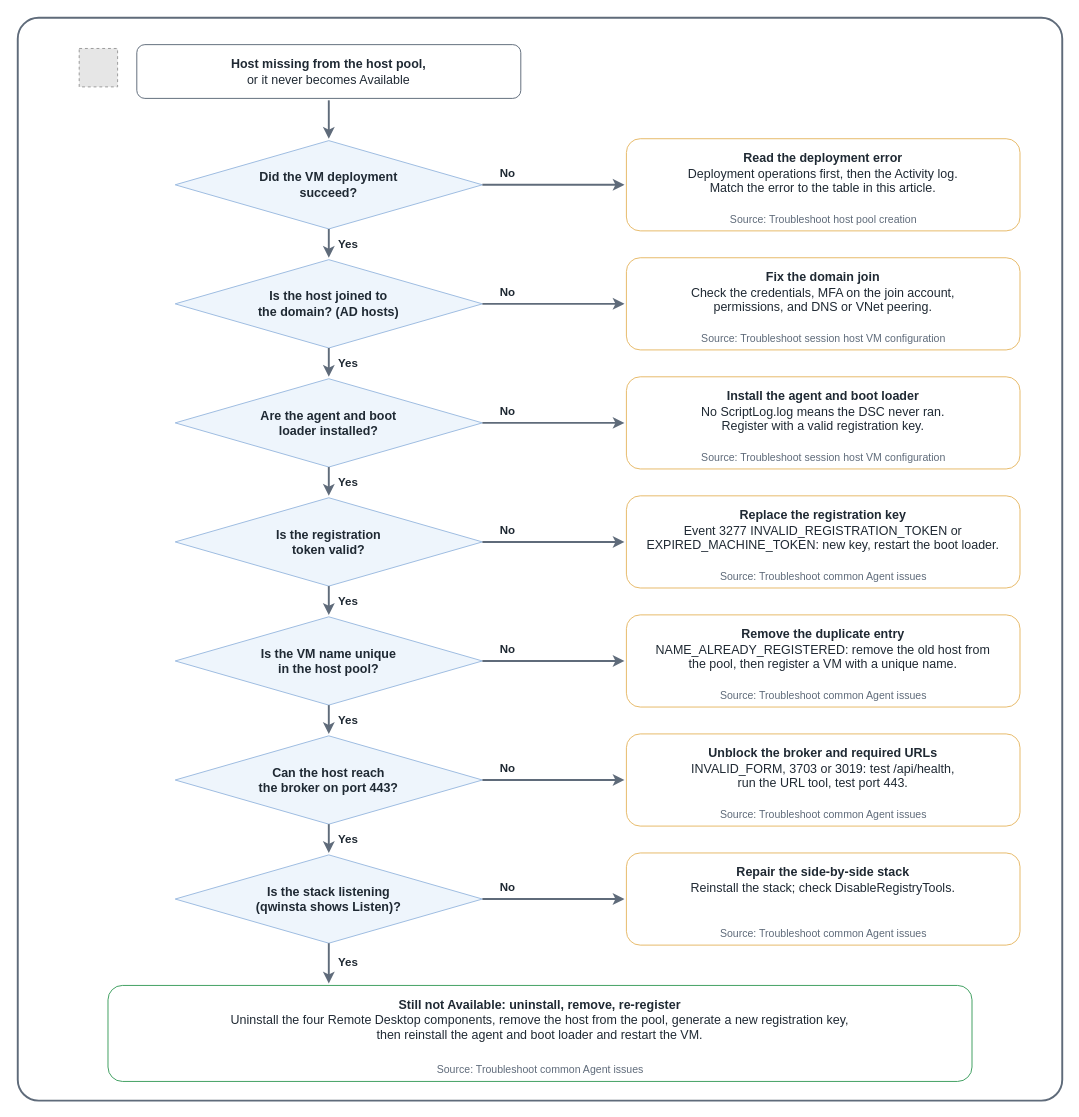
AddySidd27/cloud-ai-notes keeps this draw.io diagram as src/img/avd/troubleshoot-host-pool-registration-failures.drawio. Above is the earlier version. Source tidied: cells renumbered, new cells numbered last; positions are measured from the earlier drawing's top-left corner, leaving out a move shared by most shapes. Both pictures are drawn from the tidied source at 96%, with x=0, y=0 at pixel (17, 17). Pictures stored in the file or linked from it are replaced by grey dashed boxes.
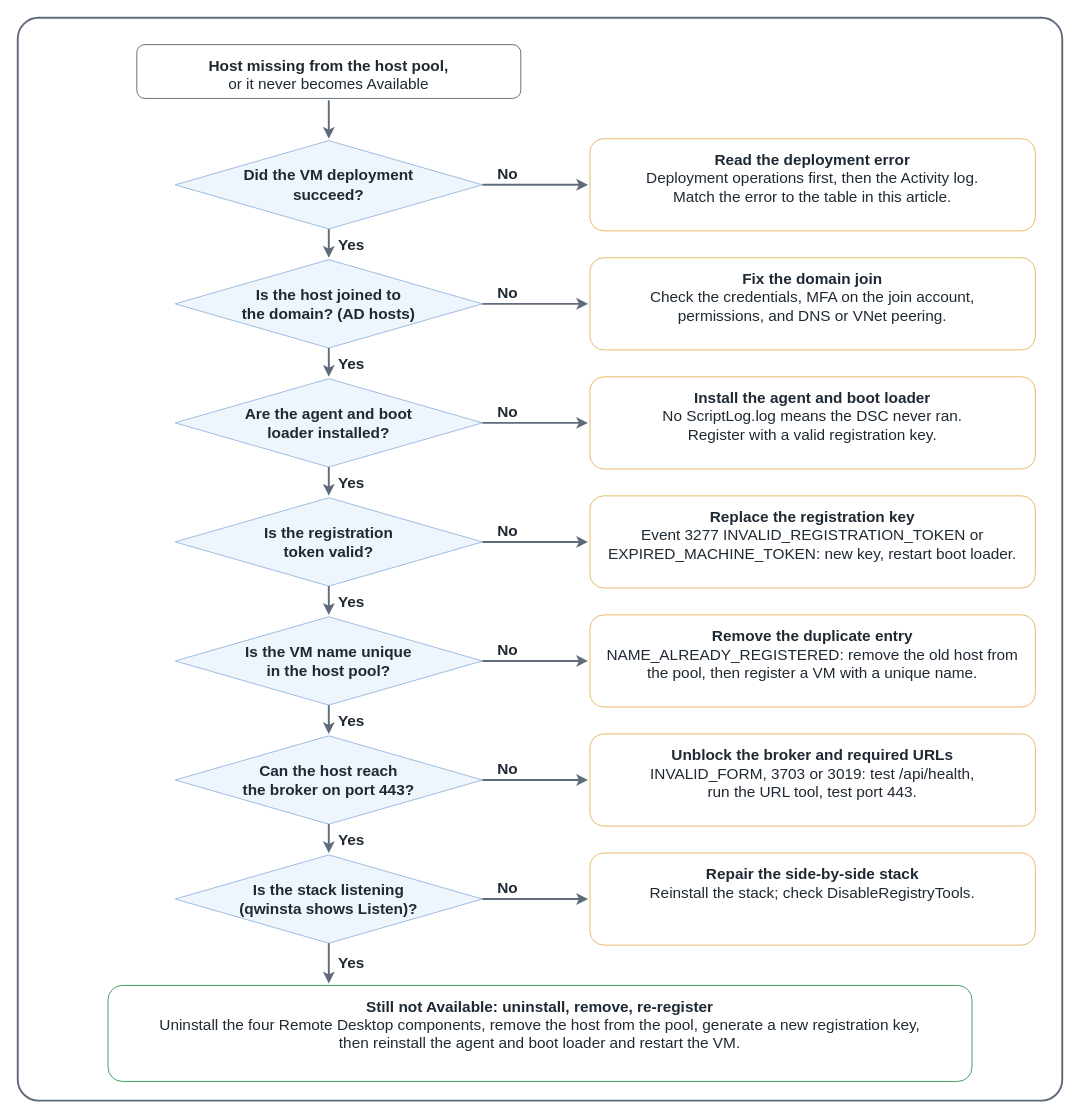
After the change.

The edit, as a diff of the source:
```diff
@@
     <mxCell id="3" style="fillColor=#E6E6E6;strokeColor=#999999;dashed=1;html=1;" parent="1" vertex="1">
-      <mxGeometry x="64" y="32" width="40" height="40" as="geometry" />
+      <mxGeometry x="136" y="36" width="40" height="40" as="geometry" />
     </mxCell>
-    <mxCell id="4" value="&lt;b&gt;Host missing from the host pool,&lt;/b&gt;&lt;br&gt;or it never becomes Available" style="rounded=1;whiteSpace=wrap;html=1;fillColor=#ffffff;strokeColor=#5f6b7a;fontSize=13;fontColor=#1f2933;verticalAlign=top;spacingTop=6;" parent="1" vertex="1">
+    <mxCell id="4" value="&lt;b&gt;Host missing from the host pool,&lt;/b&gt;&lt;br&gt;or it never becomes Available" style="rounded=1;whiteSpace=wrap;html=1;fillColor=#ffffff;strokeColor=#5f6b7a;fontSize=16;fontColor=#1f2933;verticalAlign=top;spacingTop=6;" parent="1" vertex="1">
       <mxGeometry x="124" y="28" width="400" height="56" as="geometry" />
     </mxCell>
@@
-    <mxCell id="6" value="&lt;b&gt;Did the VM deployment&lt;br&gt;succeed?&lt;/b&gt;" style="rhombus;whiteSpace=wrap;html=1;fillColor=#eef5fc;strokeColor=#9bbbe0;fontSize=13;fontColor=#1f2933;" parent="1" vertex="1">
+    <mxCell id="6" value="&lt;b&gt;Did the VM deployment&lt;br&gt;succeed?&lt;/b&gt;" style="rhombus;whiteSpace=wrap;html=1;fillColor=#eef5fc;strokeColor=#9bbbe0;fontSize=16;fontColor=#1f2933;" parent="1" vertex="1">
       <mxGeometry x="164" y="128" width="320" height="92" as="geometry" />
     </mxCell>
-    <mxCell id="7" value="&lt;b&gt;Read the deployment error&lt;/b&gt;&lt;br&gt;Deployment operations first, then the Activity log.&lt;br&gt;Match the error to the table in this article." style="rounded=1;whiteSpace=wrap;html=1;fillColor=#ffffff;strokeColor=#e6b866;fontSize=13;fontColor=#1f2933;verticalAlign=top;spacingTop=6;" parent="1" vertex="1">
-      <mxGeometry x="634" y="126" width="410" height="96" as="geometry" />
+    <mxCell id="7" value="&lt;b&gt;Read the deployment error&lt;/b&gt;&lt;br&gt;Deployment operations first, then the Activity log.&lt;br&gt;Match the error to the table in this article." style="rounded=1;whiteSpace=wrap;html=1;fillColor=#ffffff;strokeColor=#e6b866;fontSize=16;fontColor=#1f2933;verticalAlign=top;spacingTop=6;" parent="1" vertex="1">
+      <mxGeometry x="596" y="126" width="464" height="96" as="geometry" />
     </mxCell>
-    <mxCell id="8" value="Source: Troubleshoot host pool creation" style="text;html=1;align=center;verticalAlign=middle;fontSize=11;fontColor=#5f6b7a;" parent="1" vertex="1">
-      <mxGeometry x="634" y="198" width="410" height="24" as="geometry" />
-    </mxCell>
     <mxCell id="9" style="edgeStyle=none;html=1;endArrow=classic;strokeColor=#5f6b7a;strokeWidth=2;" parent="1" edge="1">
       <mxGeometry relative="1" as="geometry">
         <mxPoint x="484" y="174" as="sourcePoint" />
-        <mxPoint x="632" y="174" as="targetPoint" />
+        <mxPoint x="594" y="174" as="targetPoint" />
       </mxGeometry>
     </mxCell>
-    <mxCell id="10" value="&lt;b&gt;No&lt;/b&gt;" style="text;html=1;align=center;verticalAlign=middle;fontSize=12;fontColor=#1f2933;" parent="1" vertex="1">
+    <mxCell id="10" value="&lt;b&gt;No&lt;/b&gt;" style="text;html=1;align=center;verticalAlign=middle;fontSize=16;fontColor=#1f2933;" parent="1" vertex="1">
       <mxGeometry x="490" y="150" width="40" height="24" as="geometry" />
     </mxCell>
@@
-    <mxCell id="12" value="&lt;b&gt;Yes&lt;/b&gt;" style="text;html=1;align=left;verticalAlign=middle;fontSize=12;fontColor=#1f2933;" parent="1" vertex="1">
+    <mxCell id="12" value="&lt;b&gt;Yes&lt;/b&gt;" style="text;html=1;align=left;verticalAlign=middle;fontSize=16;fontColor=#1f2933;" parent="1" vertex="1">
       <mxGeometry x="332" y="224" width="40" height="24" as="geometry" />
     </mxCell>
-    <mxCell id="13" value="&lt;b&gt;Is the host joined to&lt;br&gt;the domain? (AD hosts)&lt;/b&gt;" style="rhombus;whiteSpace=wrap;html=1;fillColor=#eef5fc;strokeColor=#9bbbe0;fontSize=13;fontColor=#1f2933;" parent="1" vertex="1">
+    <mxCell id="13" value="&lt;b&gt;Is the host joined to&lt;br&gt;the domain? (AD hosts)&lt;/b&gt;" style="rhombus;whiteSpace=wrap;html=1;fillColor=#eef5fc;strokeColor=#9bbbe0;fontSize=16;fontColor=#1f2933;" parent="1" vertex="1">
       <mxGeometry x="164" y="252" width="320" height="92" as="geometry" />
     </mxCell>
-    <mxCell id="14" value="&lt;b&gt;Fix the domain join&lt;/b&gt;&lt;br&gt;Check the credentials, MFA on the join account,&lt;br&gt;permissions, and DNS or VNet peering." style="rounded=1;whiteSpace=wrap;html=1;fillColor=#ffffff;strokeColor=#e6b866;fontSize=13;fontColor=#1f2933;verticalAlign=top;spacingTop=6;" parent="1" vertex="1">
-      <mxGeometry x="634" y="250" width="410" height="96" as="geometry" />
+    <mxCell id="14" value="&lt;b&gt;Fix the domain join&lt;/b&gt;&lt;br&gt;Check the credentials, MFA on the join account,&lt;br&gt;permissions, and DNS or VNet peering." style="rounded=1;whiteSpace=wrap;html=1;fillColor=#ffffff;strokeColor=#e6b866;fontSize=16;fontColor=#1f2933;verticalAlign=top;spacingTop=6;" parent="1" vertex="1">
+      <mxGeometry x="596" y="250" width="464" height="96" as="geometry" />
     </mxCell>
-    <mxCell id="15" value="Source: Troubleshoot session host VM configuration" style="text;html=1;align=center;verticalAlign=middle;fontSize=11;fontColor=#5f6b7a;" parent="1" vertex="1">
-      <mxGeometry x="634" y="322" width="410" height="24" as="geometry" />
-    </mxCell>
     <mxCell id="16" style="edgeStyle=none;html=1;endArrow=classic;strokeColor=#5f6b7a;strokeWidth=2;" parent="1" edge="1">
       <mxGeometry relative="1" as="geometry">
         <mxPoint x="484" y="298" as="sourcePoint" />
-        <mxPoint x="632" y="298" as="targetPoint" />
+        <mxPoint x="594" y="298" as="targetPoint" />
       </mxGeometry>
     </mxCell>
-    <mxCell id="17" value="&lt;b&gt;No&lt;/b&gt;" style="text;html=1;align=center;verticalAlign=middle;fontSize=12;fontColor=#1f2933;" parent="1" vertex="1">
+    <mxCell id="17" value="&lt;b&gt;No&lt;/b&gt;" style="text;html=1;align=center;verticalAlign=middle;fontSize=16;fontColor=#1f2933;" parent="1" vertex="1">
       <mxGeometry x="490" y="274" width="40" height="24" as="geometry" />
     </mxCell>
@@
-    <mxCell id="19" value="&lt;b&gt;Yes&lt;/b&gt;" style="text;html=1;align=left;verticalAlign=middle;fontSize=12;fontColor=#1f2933;" parent="1" vertex="1">
+    <mxCell id="19" value="&lt;b&gt;Yes&lt;/b&gt;" style="text;html=1;align=left;verticalAlign=middle;fontSize=16;fontColor=#1f2933;" parent="1" vertex="1">
       <mxGeometry x="332" y="348" width="40" height="24" as="geometry" />
     </mxCell>
-    <mxCell id="20" value="&lt;b&gt;Are the agent and boot&lt;br&gt;loader installed?&lt;/b&gt;" style="rhombus;whiteSpace=wrap;html=1;fillColor=#eef5fc;strokeColor=#9bbbe0;fontSize=13;fontColor=#1f2933;" parent="1" vertex="1">
+    <mxCell id="20" value="&lt;b&gt;Are the agent and boot&lt;br&gt;loader installed?&lt;/b&gt;" style="rhombus;whiteSpace=wrap;html=1;fillColor=#eef5fc;strokeColor=#9bbbe0;fontSize=16;fontColor=#1f2933;" parent="1" vertex="1">
       <mxGeometry x="164" y="376" width="320" height="92" as="geometry" />
     </mxCell>
-    <mxCell id="21" value="&lt;b&gt;Install the agent and boot loader&lt;/b&gt;&lt;br&gt;No ScriptLog.log means the DSC never ran.&lt;br&gt;Register with a valid registration key." style="rounded=1;whiteSpace=wrap;html=1;fillColor=#ffffff;strokeColor=#e6b866;fontSize=13;fontColor=#1f2933;verticalAlign=top;spacingTop=6;" parent="1" vertex="1">
-      <mxGeometry x="634" y="374" width="410" height="96" as="geometry" />
+    <mxCell id="21" value="&lt;b&gt;Install the agent and boot loader&lt;/b&gt;&lt;br&gt;No ScriptLog.log means the DSC never ran.&lt;br&gt;Register with a valid registration key." style="rounded=1;whiteSpace=wrap;html=1;fillColor=#ffffff;strokeColor=#e6b866;fontSize=16;fontColor=#1f2933;verticalAlign=top;spacingTop=6;" parent="1" vertex="1">
+      <mxGeometry x="596" y="374" width="464" height="96" as="geometry" />
     </mxCell>
-    <mxCell id="22" value="Source: Troubleshoot session host VM configuration" style="text;html=1;align=center;verticalAlign=middle;fontSize=11;fontColor=#5f6b7a;" parent="1" vertex="1">
-      <mxGeometry x="634" y="446" width="410" height="24" as="geometry" />
-    </mxCell>
     <mxCell id="23" style="edgeStyle=none;html=1;endArrow=classic;strokeColor=#5f6b7a;strokeWidth=2;" parent="1" edge="1">
       <mxGeometry relative="1" as="geometry">
         <mxPoint x="484" y="422" as="sourcePoint" />
-        <mxPoint x="632" y="422" as="targetPoint" />
+        <mxPoint x="594" y="422" as="targetPoint" />
       </mxGeometry>
     </mxCell>
-    <mxCell id="24" value="&lt;b&gt;No&lt;/b&gt;" style="text;html=1;align=center;verticalAlign=middle;fontSize=12;fontColor=#1f2933;" parent="1" vertex="1">
+    <mxCell id="24" value="&lt;b&gt;No&lt;/b&gt;" style="text;html=1;align=center;verticalAlign=middle;fontSize=16;fontColor=#1f2933;" parent="1" vertex="1">
       <mxGeometry x="490" y="398" width="40" height="24" as="geometry" />
     </mxCell>
@@
-    <mxCell id="26" value="&lt;b&gt;Yes&lt;/b&gt;" style="text;html=1;align=left;verticalAlign=middle;fontSize=12;fontColor=#1f2933;" parent="1" vertex="1">
+    <mxCell id="26" value="&lt;b&gt;Yes&lt;/b&gt;" style="text;html=1;align=left;verticalAlign=middle;fontSize=16;fontColor=#1f2933;" parent="1" vertex="1">
       <mxGeometry x="332" y="472" width="40" height="24" as="geometry" />
     </mxCell>
-    <mxCell id="27" value="&lt;b&gt;Is the registration&lt;br&gt;token valid?&lt;/b&gt;" style="rhombus;whiteSpace=wrap;html=1;fillColor=#eef5fc;strokeColor=#9bbbe0;fontSize=13;fontColor=#1f2933;" parent="1" vertex="1">
+    <mxCell id="27" value="&lt;b&gt;Is the registration&lt;br&gt;token valid?&lt;/b&gt;" style="rhombus;whiteSpace=wrap;html=1;fillColor=#eef5fc;strokeColor=#9bbbe0;fontSize=16;fontColor=#1f2933;" parent="1" vertex="1">
       <mxGeometry x="164" y="500" width="320" height="92" as="geometry" />
     </mxCell>
-    <mxCell id="28" value="&lt;b&gt;Replace the registration key&lt;/b&gt;&lt;br&gt;Event 3277 INVALID_REGISTRATION_TOKEN or&lt;br&gt;EXPIRED_MACHINE_TOKEN: new key, restart the boot loader." style="rounded=1;whiteSpace=wrap;html=1;fillColor=#ffffff;strokeColor=#e6b866;fontSize=13;fontColor=#1f2933;verticalAlign=top;spacingTop=6;" parent="1" vertex="1">
-      <mxGeometry x="634" y="498" width="410" height="96" as="geometry" />
+    <mxCell id="28" value="&lt;b&gt;Replace the registration key&lt;/b&gt;&lt;br&gt;Event 3277 INVALID_REGISTRATION_TOKEN or&lt;br&gt;EXPIRED_MACHINE_TOKEN: new key, restart boot loader." style="rounded=1;whiteSpace=wrap;html=1;fillColor=#ffffff;strokeColor=#e6b866;fontSize=16;fontColor=#1f2933;verticalAlign=top;spacingTop=6;" parent="1" vertex="1">
+      <mxGeometry x="596" y="498" width="464" height="96" as="geometry" />
     </mxCell>
-    <mxCell id="29" value="Source: Troubleshoot common Agent issues" style="text;html=1;align=center;verticalAlign=middle;fontSize=11;fontColor=#5f6b7a;" parent="1" vertex="1">
-      <mxGeometry x="634" y="570" width="410" height="24" as="geometry" />
-    </mxCell>
     <mxCell id="30" style="edgeStyle=none;html=1;endArrow=classic;strokeColor=#5f6b7a;strokeWidth=2;" parent="1" edge="1">
       <mxGeometry relative="1" as="geometry">
         <mxPoint x="484" y="546" as="sourcePoint" />
-        <mxPoint x="632" y="546" as="targetPoint" />
+        <mxPoint x="594" y="546" as="targetPoint" />
       </mxGeometry>
     </mxCell>
-    <mxCell id="31" value="&lt;b&gt;No&lt;/b&gt;" style="text;html=1;align=center;verticalAlign=middle;fontSize=12;fontColor=#1f2933;" parent="1" vertex="1">
+    <mxCell id="31" value="&lt;b&gt;No&lt;/b&gt;" style="text;html=1;align=center;verticalAlign=middle;fontSize=16;fontColor=#1f2933;" parent="1" vertex="1">
       <mxGeometry x="490" y="522" width="40" height="24" as="geometry" />
     </mxCell>
@@
-    <mxCell id="33" value="&lt;b&gt;Yes&lt;/b&gt;" style="text;html=1;align=left;verticalAlign=middle;fontSize=12;fontColor=#1f2933;" parent="1" vertex="1">
+    <mxCell id="33" value="&lt;b&gt;Yes&lt;/b&gt;" style="text;html=1;align=left;verticalAlign=middle;fontSize=16;fontColor=#1f2933;" parent="1" vertex="1">
       <mxGeometry x="332" y="596" width="40" height="24" as="geometry" />
     </mxCell>
-    <mxCell id="34" value="&lt;b&gt;Is the VM name unique&lt;br&gt;in the host pool?&lt;/b&gt;" style="rhombus;whiteSpace=wrap;html=1;fillColor=#eef5fc;strokeColor=#9bbbe0;fontSize=13;fontColor=#1f2933;" parent="1" vertex="1">
+    <mxCell id="34" value="&lt;b&gt;Is the VM name unique&lt;br&gt;in the host pool?&lt;/b&gt;" style="rhombus;whiteSpace=wrap;html=1;fillColor=#eef5fc;strokeColor=#9bbbe0;fontSize=16;fontColor=#1f2933;" parent="1" vertex="1">
       <mxGeometry x="164" y="624" width="320" height="92" as="geometry" />
     </mxCell>
-    <mxCell id="35" value="&lt;b&gt;Remove the duplicate entry&lt;/b&gt;&lt;br&gt;NAME_ALREADY_REGISTERED: remove the old host from&lt;br&gt;the pool, then register a VM with a unique name." style="rounded=1;whiteSpace=wrap;html=1;fillColor=#ffffff;strokeColor=#e6b866;fontSize=13;fontColor=#1f2933;verticalAlign=top;spacingTop=6;" parent="1" vertex="1">
-      <mxGeometry x="634" y="622" width="410" height="96" as="geometry" />
+    <mxCell id="35" value="&lt;b&gt;Remove the duplicate entry&lt;/b&gt;&lt;br&gt;NAME_ALREADY_REGISTERED: remove the old host from&lt;br&gt;the pool, then register a VM with a unique name." style="rounded=1;whiteSpace=wrap;html=1;fillColor=#ffffff;strokeColor=#e6b866;fontSize=16;fontColor=#1f2933;verticalAlign=top;spacingTop=6;" parent="1" vertex="1">
+      <mxGeometry x="596" y="622" width="464" height="96" as="geometry" />
     </mxCell>
-    <mxCell id="36" value="Source: Troubleshoot common Agent issues" style="text;html=1;align=center;verticalAlign=middle;fontSize=11;fontColor=#5f6b7a;" parent="1" vertex="1">
-      <mxGeometry x="634" y="694" width="410" height="24" as="geometry" />
-    </mxCell>
     <mxCell id="37" style="edgeStyle=none;html=1;endArrow=classic;strokeColor=#5f6b7a;strokeWidth=2;" parent="1" edge="1">
       <mxGeometry relative="1" as="geometry">
         <mxPoint x="484" y="670" as="sourcePoint" />
-        <mxPoint x="632" y="670" as="targetPoint" />
+        <mxPoint x="594" y="670" as="targetPoint" />
       </mxGeometry>
     </mxCell>
-    <mxCell id="38" value="&lt;b&gt;No&lt;/b&gt;" style="text;html=1;align=center;verticalAlign=middle;fontSize=12;fontColor=#1f2933;" parent="1" vertex="1">
+    <mxCell id="38" value="&lt;b&gt;No&lt;/b&gt;" style="text;html=1;align=center;verticalAlign=middle;fontSize=16;fontColor=#1f2933;" parent="1" vertex="1">
       <mxGeometry x="490" y="646" width="40" height="24" as="geometry" />
     </mxCell>
@@
-    <mxCell id="40" value="&lt;b&gt;Yes&lt;/b&gt;" style="text;html=1;align=left;verticalAlign=middle;fontSize=12;fontColor=#1f2933;" parent="1" vertex="1">
+    <mxCell id="40" value="&lt;b&gt;Yes&lt;/b&gt;" style="text;html=1;align=left;verticalAlign=middle;fontSize=16;fontColor=#1f2933;" parent="1" vertex="1">
       <mxGeometry x="332" y="720" width="40" height="24" as="geometry" />
     </mxCell>
-    <mxCell id="41" value="&lt;b&gt;Can the host reach&lt;br&gt;the broker on port 443?&lt;/b&gt;" style="rhombus;whiteSpace=wrap;html=1;fillColor=#eef5fc;strokeColor=#9bbbe0;fontSize=13;fontColor=#1f2933;" parent="1" vertex="1">
+    <mxCell id="41" value="&lt;b&gt;Can the host reach&lt;br&gt;the broker on port 443?&lt;/b&gt;" style="rhombus;whiteSpace=wrap;html=1;fillColor=#eef5fc;strokeColor=#9bbbe0;fontSize=16;fontColor=#1f2933;" parent="1" vertex="1">
       <mxGeometry x="164" y="748" width="320" height="92" as="geometry" />
     </mxCell>
-    <mxCell id="42" value="&lt;b&gt;Unblock the broker and required URLs&lt;/b&gt;&lt;br&gt;INVALID_FORM, 3703 or 3019: test /api/health,&lt;br&gt;run the URL tool, test port 443." style="rounded=1;whiteSpace=wrap;html=1;fillColor=#ffffff;strokeColor=#e6b866;fontSize=13;fontColor=#1f2933;verticalAlign=top;spacingTop=6;" parent="1" vertex="1">
-      <mxGeometry x="634" y="746" width="410" height="96" as="geometry" />
+    <mxCell id="42" value="&lt;b&gt;Unblock the broker and required URLs&lt;/b&gt;&lt;br&gt;INVALID_FORM, 3703 or 3019: test /api/health,&lt;br&gt;run the URL tool, test port 443." style="rounded=1;whiteSpace=wrap;html=1;fillColor=#ffffff;strokeColor=#e6b866;fontSize=16;fontColor=#1f2933;verticalAlign=top;spacingTop=6;" parent="1" vertex="1">
+      <mxGeometry x="596" y="746" width="464" height="96" as="geometry" />
     </mxCell>
-    <mxCell id="43" value="Source: Troubleshoot common Agent issues" style="text;html=1;align=center;verticalAlign=middle;fontSize=11;fontColor=#5f6b7a;" parent="1" vertex="1">
-      <mxGeometry x="634" y="818" width="410" height="24" as="geometry" />
-    </mxCell>
     <mxCell id="44" style="edgeStyle=none;html=1;endArrow=classic;strokeColor=#5f6b7a;strokeWidth=2;" parent="1" edge="1">
       <mxGeometry relative="1" as="geometry">
         <mxPoint x="484" y="794" as="sourcePoint" />
-        <mxPoint x="632" y="794" as="targetPoint" />
+        <mxPoint x="594" y="794" as="targetPoint" />
       </mxGeometry>
     </mxCell>
-    <mxCell id="45" value="&lt;b&gt;No&lt;/b&gt;" style="text;html=1;align=center;verticalAlign=middle;fontSize=12;fontColor=#1f2933;" parent="1" vertex="1">
+    <mxCell id="45" value="&lt;b&gt;No&lt;/b&gt;" style="text;html=1;align=center;verticalAlign=middle;fontSize=16;fontColor=#1f2933;" parent="1" vertex="1">
       <mxGeometry x="490" y="770" width="40" height="24" as="geometry" />
     </mxCell>
@@
-    <mxCell id="47" value="&lt;b&gt;Yes&lt;/b&gt;" style="text;html=1;align=left;verticalAlign=middle;fontSize=12;fontColor=#1f2933;" parent="1" vertex="1">
+    <mxCell id="47" value="&lt;b&gt;Yes&lt;/b&gt;" style="text;html=1;align=left;verticalAlign=middle;fontSize=16;fontColor=#1f2933;" parent="1" vertex="1">
       <mxGeometry x="332" y="844" width="40" height="24" as="geometry" />
     </mxCell>
-    <mxCell id="48" value="&lt;b&gt;Is the stack listening&lt;br&gt;(qwinsta shows Listen)?&lt;/b&gt;" style="rhombus;whiteSpace=wrap;html=1;fillColor=#eef5fc;strokeColor=#9bbbe0;fontSize=13;fontColor=#1f2933;" parent="1" vertex="1">
+    <mxCell id="48" value="&lt;b&gt;Is the stack listening&lt;br&gt;(qwinsta shows Listen)?&lt;/b&gt;" style="rhombus;whiteSpace=wrap;html=1;fillColor=#eef5fc;strokeColor=#9bbbe0;fontSize=16;fontColor=#1f2933;" parent="1" vertex="1">
       <mxGeometry x="164" y="872" width="320" height="92" as="geometry" />
     </mxCell>
-    <mxCell id="49" value="&lt;b&gt;Repair the side-by-side stack&lt;/b&gt;&lt;br&gt;Reinstall the stack; check DisableRegistryTools." style="rounded=1;whiteSpace=wrap;html=1;fillColor=#ffffff;strokeColor=#e6b866;fontSize=13;fontColor=#1f2933;verticalAlign=top;spacingTop=6;" parent="1" vertex="1">
-      <mxGeometry x="634" y="870" width="410" height="96" as="geometry" />
+    <mxCell id="49" value="&lt;b&gt;Repair the side-by-side stack&lt;/b&gt;&lt;br&gt;Reinstall the stack; check DisableRegistryTools." style="rounded=1;whiteSpace=wrap;html=1;fillColor=#ffffff;strokeColor=#e6b866;fontSize=16;fontColor=#1f2933;verticalAlign=top;spacingTop=6;" parent="1" vertex="1">
+      <mxGeometry x="596" y="870" width="464" height="96" as="geometry" />
     </mxCell>
-    <mxCell id="50" value="Source: Troubleshoot common Agent issues" style="text;html=1;align=center;verticalAlign=middle;fontSize=11;fontColor=#5f6b7a;" parent="1" vertex="1">
-      <mxGeometry x="634" y="942" width="410" height="24" as="geometry" />
-    </mxCell>
     <mxCell id="51" style="edgeStyle=none;html=1;endArrow=classic;strokeColor=#5f6b7a;strokeWidth=2;" parent="1" edge="1">
       <mxGeometry relative="1" as="geometry">
         <mxPoint x="484" y="918" as="sourcePoint" />
-        <mxPoint x="632" y="918" as="targetPoint" />
+        <mxPoint x="594" y="918" as="targetPoint" />
       </mxGeometry>
     </mxCell>
-    <mxCell id="52" value="&lt;b&gt;No&lt;/b&gt;" style="text;html=1;align=center;verticalAlign=middle;fontSize=12;fontColor=#1f2933;" parent="1" vertex="1">
+    <mxCell id="52" value="&lt;b&gt;No&lt;/b&gt;" style="text;html=1;align=center;verticalAlign=middle;fontSize=16;fontColor=#1f2933;" parent="1" vertex="1">
       <mxGeometry x="490" y="894" width="40" height="24" as="geometry" />
     </mxCell>
@@
-    <mxCell id="54" value="&lt;b&gt;Yes&lt;/b&gt;" style="text;html=1;align=left;verticalAlign=middle;fontSize=12;fontColor=#1f2933;" parent="1" vertex="1">
+    <mxCell id="54" value="&lt;b&gt;Yes&lt;/b&gt;" style="text;html=1;align=left;verticalAlign=middle;fontSize=16;fontColor=#1f2933;" parent="1" vertex="1">
       <mxGeometry x="332" y="972" width="60" height="24" as="geometry" />
     </mxCell>
-    <mxCell id="55" value="&lt;b&gt;Still not Available: uninstall, remove, re-register&lt;/b&gt;&lt;br&gt;Uninstall the four Remote Desktop components, remove the host from the pool, generate a new registration key,&lt;br&gt;then reinstall the agent and boot loader and restart the VM." style="rounded=1;whiteSpace=wrap;html=1;fillColor=#ffffff;strokeColor=#3c9d5d;fontSize=13;fontColor=#1f2933;verticalAlign=top;spacingTop=6;" parent="1" vertex="1">
+    <mxCell id="55" value="&lt;b&gt;Still not Available: uninstall, remove, re-register&lt;/b&gt;&lt;br&gt;Uninstall the four Remote Desktop components, remove the host from the pool, generate a new registration key,&lt;br&gt;then reinstall the agent and boot loader and restart the VM." style="rounded=1;whiteSpace=wrap;html=1;fillColor=#ffffff;strokeColor=#3c9d5d;fontSize=16;fontColor=#1f2933;verticalAlign=top;spacingTop=6;" parent="1" vertex="1">
       <mxGeometry x="94" y="1008" width="900" height="100" as="geometry" />
     </mxCell>
-    <mxCell id="56" value="Source: Troubleshoot common Agent issues" style="text;html=1;align=center;verticalAlign=middle;fontSize=11;fontColor=#5f6b7a;" parent="1" vertex="1">
-      <mxGeometry x="94" y="1084" width="900" height="24" as="geometry" />
-    </mxCell>
```
